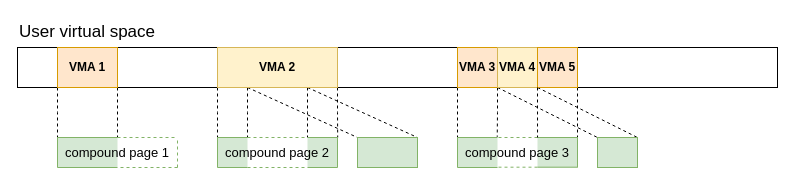
Earlier version of the draw.io diagram images/compound_partial_mapping.drawio (GadeevDmitry/Bachelor-diploma). Source tidied: cells renumbered, new cells numbered last; positions are measured from the earlier drawing's top-left corner, leaving out a move shared by most shapes. Both pictures are drawn from the tidied source at 100%, with x=0, y=0 at pixel (17, 17).
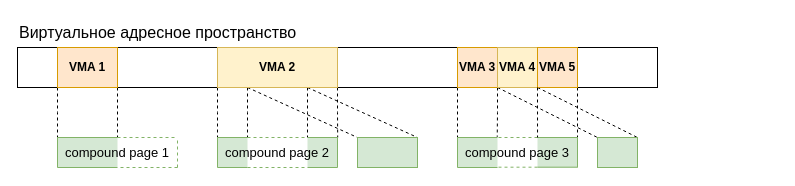
Above is the later version.

Diff of the diagram source:
```diff
@@
-    <mxCell id="2" style="rounded=0;whiteSpace=wrap;html=1;" parent="1" vertex="1">
-      <mxGeometry y="30" width="760" height="40" as="geometry" />
+    <mxCell id="2" style="rounded=0;whiteSpace=wrap;html=1;fillColor=none;" parent="1" vertex="1">
+      <mxGeometry y="30" width="640" height="40" as="geometry" />
     </mxCell>
-    <mxCell id="3" value="&lt;font style=&quot;font-size: 17px;&quot;&gt;User virtual space&lt;/font&gt;" style="text;html=1;whiteSpace=wrap;strokeColor=none;fillColor=none;align=center;verticalAlign=middle;rounded=0;" parent="1" vertex="1">
-      <mxGeometry width="140" height="30" as="geometry" />
+    <mxCell id="3" value="&lt;div align=&quot;left&quot;&gt;&lt;font style=&quot;font-size: 16px;&quot;&gt;Виртуальное адресное пространство&lt;/font&gt;&lt;/div&gt;" style="text;html=1;whiteSpace=wrap;strokeColor=none;fillColor=none;align=left;verticalAlign=middle;rounded=0;" parent="1" vertex="1">
+      <mxGeometry width="280" height="30" as="geometry" />
     </mxCell>
```
